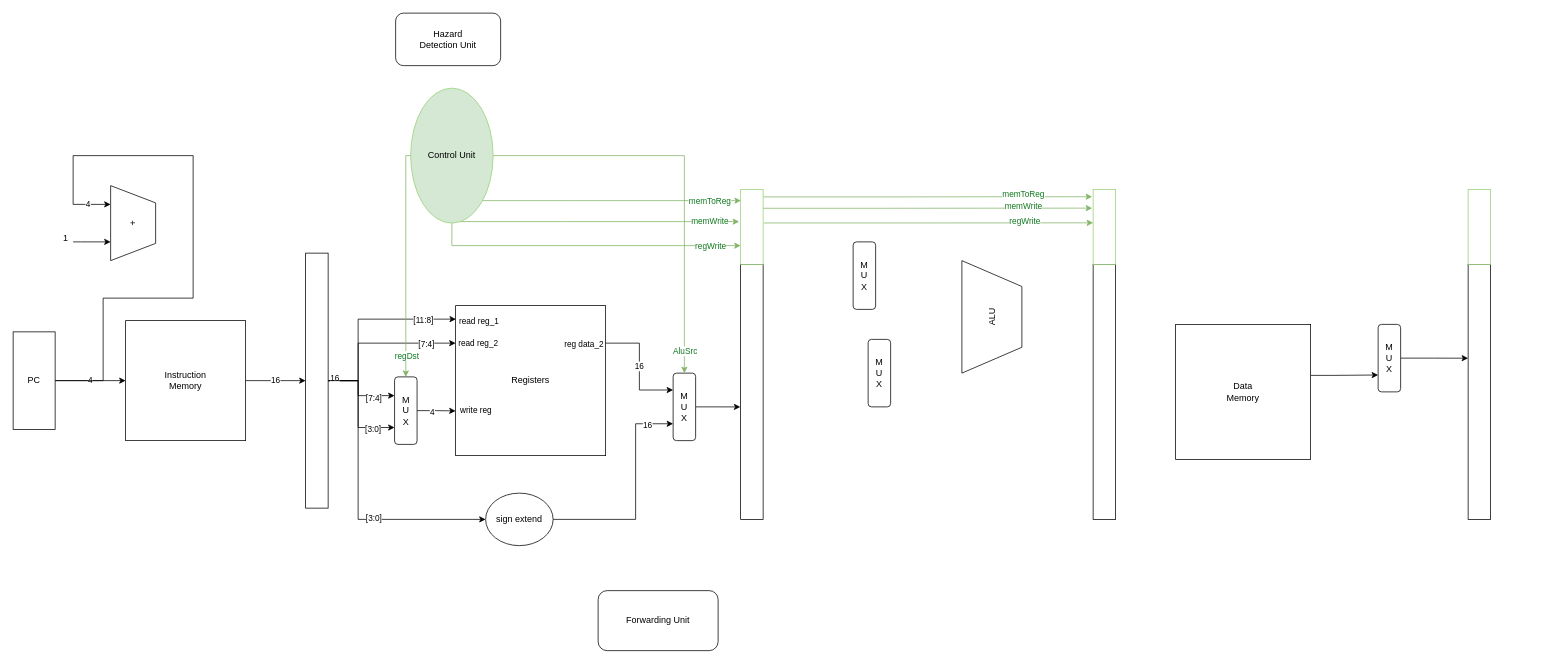
PeitingXie/COMP3211-project keeps this draw.io diagram as Untitled Diagram.drawio. Above is the earlier version. Source tidied: cells renumbered, new cells numbered last; positions are measured from the earlier drawing's top-left corner, leaving out a move shared by most shapes. Both pictures are drawn from the tidied source at 75%, with x=0, y=0 at pixel (13, 13).
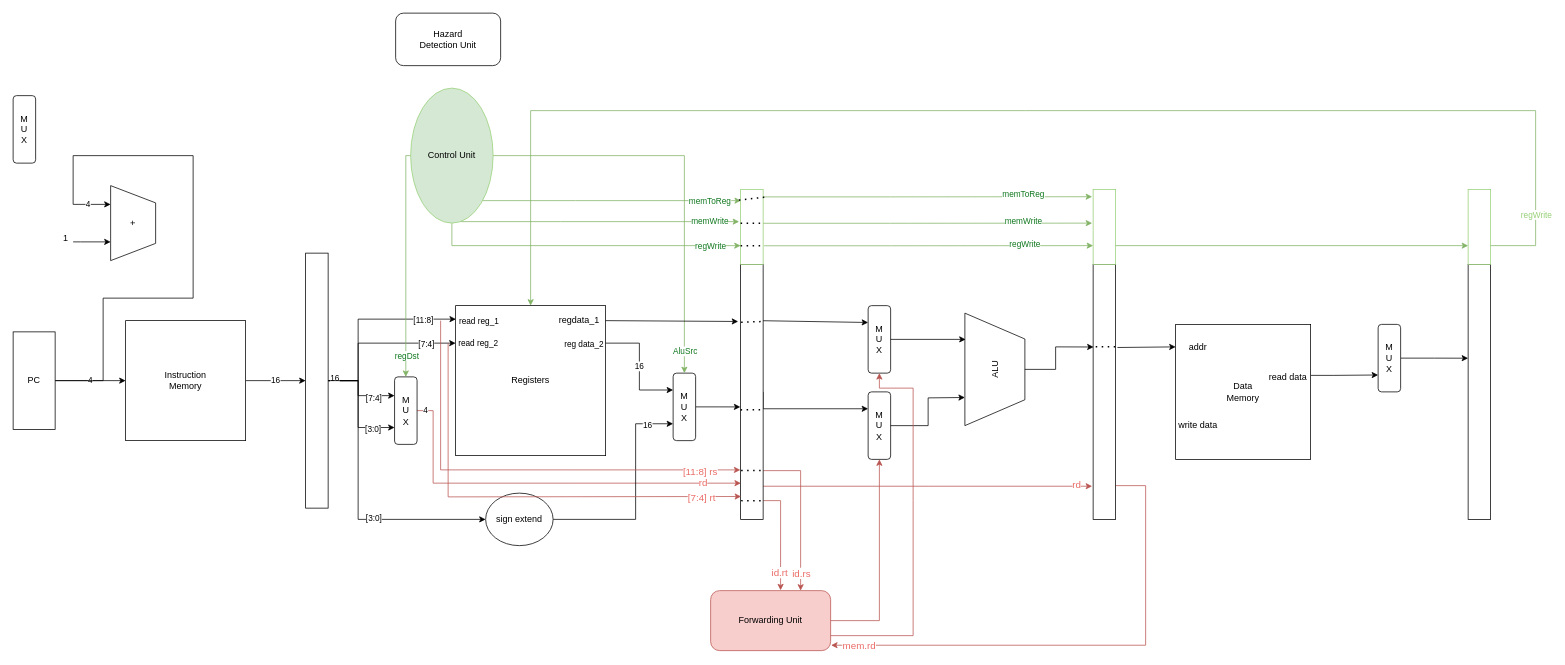
The same diagram, later.

Unchanged cells that the change refers to:
```xml
<mxCell id="2" value="Registers" style="whiteSpace=wrap;html=1;shadow=0;" parent="1" vertex="1">
  <mxGeometry x="590" y="390" width="200" height="200" as="geometry" />
</mxCell>
<mxCell id="23" style="rounded=0;whiteSpace=wrap;html=1;" parent="1" vertex="1">
  <mxGeometry x="970" y="335" width="30" height="340" as="geometry" />
</mxCell>
<mxCell id="32" style="rounded=0;whiteSpace=wrap;html=1;" parent="1" vertex="1">
  <mxGeometry x="1440" y="335" width="30" height="340" as="geometry" />
</mxCell>
<mxCell id="53" value="M&lt;br&gt;U&lt;br&gt;X" style="rounded=1;whiteSpace=wrap;html=1;" parent="1" vertex="1">
  <mxGeometry x="508.6" y="485" width="30" height="90" as="geometry" />
</mxCell>
<mxCell id="59" style="rounded=0;whiteSpace=wrap;html=1;shadow=0;fontColor=#11781F;strokeColor=#97D077;" parent="1" vertex="1">
  <mxGeometry x="970" y="235" width="30" height="100" as="geometry" />
</mxCell>
<mxCell id="60" style="rounded=0;whiteSpace=wrap;html=1;shadow=0;fontColor=#11781F;strokeColor=#97D077;" parent="1" vertex="1">
  <mxGeometry x="1440" y="235" width="30" height="100" as="geometry" />
</mxCell>
<mxCell id="65" style="rounded=0;whiteSpace=wrap;html=1;shadow=0;fontColor=#11781F;strokeColor=#97D077;" parent="1" vertex="1">
  <mxGeometry x="1940" y="235" width="30" height="100" as="geometry" />
</mxCell>
```

Diff of the diagram source:
```diff
@@
+    <mxCell id="66" style="edgeStyle=orthogonalEdgeStyle;rounded=0;jettySize=auto;html=1;exitX=1;exitY=0.5;exitDx=0;exitDy=0;entryX=0;entryY=0.25;entryDx=0;entryDy=0;" parent="1" edge="1" source="23" target="25">
+      <mxGeometry relative="1" as="geometry">
+        <Array as="points">
+          <mxPoint x="1000" y="528" />
+        </Array>
+      </mxGeometry>
+    </mxCell>
+    <mxCell id="67" style="edgeStyle=orthogonalEdgeStyle;rounded=0;jettySize=auto;html=1;entryX=0.75;entryY=0;entryDx=0;entryDy=0;fillColor=#f8cecc;strokeColor=#b85450;" parent="1" edge="1" source="23" target="38">
+      <mxGeometry relative="1" as="geometry">
+        <Array as="points">
+          <mxPoint x="1050" y="610" />
+        </Array>
+      </mxGeometry>
+    </mxCell>
+    <mxCell id="68" value="&lt;font color=&quot;#ea6b66&quot; style=&quot;font-size: 13px&quot;&gt;id.rs&lt;/font&gt;" style="edgeLabel;html=1;align=center;verticalAlign=middle;" parent="67" vertex="1">
+      <mxGeometry x="0.77" y="-3" relative="1" as="geometry">
+        <mxPoint x="3" as="offset" />
+      </mxGeometry>
+    </mxCell>
+    <mxCell id="69" style="edgeStyle=orthogonalEdgeStyle;rounded=0;jettySize=auto;html=1;entryX=0.583;entryY=-0.006;entryDx=0;entryDy=0;entryPerimeter=0;fontSize=13;fontColor=#EA6B66;fillColor=#f8cecc;strokeColor=#b85450;" parent="1" edge="1" source="23" target="38">
+      <mxGeometry relative="1" as="geometry">
+        <Array as="points">
+          <mxPoint x="1023" y="650" />
+        </Array>
+      </mxGeometry>
+    </mxCell>
+    <mxCell id="70" value="id.rt" style="edgeLabel;html=1;align=center;verticalAlign=middle;fontSize=13;fontColor=#EA6B66;" parent="69" vertex="1">
+      <mxGeometry x="0.67" y="-2" relative="1" as="geometry" />
+    </mxCell>
+    <mxCell id="71" style="edgeStyle=orthogonalEdgeStyle;rounded=0;jettySize=auto;html=1;entryX=-0.044;entryY=0.87;entryDx=0;entryDy=0;entryPerimeter=0;fontSize=13;fontColor=#EA6B66;fillColor=#f8cecc;strokeColor=#b85450;" parent="1" edge="1" source="23" target="32">
+      <mxGeometry relative="1" as="geometry">
+        <Array as="points">
+          <mxPoint x="1220" y="630" />
+        </Array>
+      </mxGeometry>
+    </mxCell>
+    <mxCell id="72" value="rd" style="edgeLabel;html=1;align=center;verticalAlign=middle;fontSize=13;fontColor=#EA6B66;" parent="71" vertex="1">
+      <mxGeometry x="0.9" y="3" relative="1" as="geometry" />
+    </mxCell>
@@
     <mxCell id="24" value="M&lt;br&gt;U&lt;br&gt;X" style="rounded=1;whiteSpace=wrap;html=1;" parent="1" vertex="1">
-      <mxGeometry x="1120" y="305" width="30" height="90" as="geometry" />
+      <mxGeometry x="1140" y="390" width="30" height="90" as="geometry" />
     </mxCell>
     <mxCell id="25" value="M&lt;br&gt;U&lt;br&gt;X" style="rounded=1;whiteSpace=wrap;html=1;" parent="1" vertex="1">
-      <mxGeometry x="1140" y="435" width="30" height="90" as="geometry" />
+      <mxGeometry x="1140" y="505" width="30" height="90" as="geometry" />
     </mxCell>
@@
     <mxCell id="31" value="ALU" style="verticalLabelPosition=middle;verticalAlign=middle;html=1;shape=trapezoid;perimeter=trapezoidPerimeter;whiteSpace=wrap;size=0.23;arcSize=10;flipV=1;labelPosition=center;align=center;rotation=-90;" parent="1" vertex="1">
-      <mxGeometry x="1230" y="365" width="150" height="80" as="geometry" />
+      <mxGeometry x="1234" y="435" width="150" height="80" as="geometry" />
     </mxCell>
+    <mxCell id="73" style="edgeStyle=orthogonalEdgeStyle;rounded=0;jettySize=auto;html=1;entryX=1.004;entryY=0.91;entryDx=0;entryDy=0;entryPerimeter=0;fontSize=13;fontColor=#EA6B66;fillColor=#f8cecc;strokeColor=#b85450;" parent="1" edge="1" source="32" target="38">
+      <mxGeometry relative="1" as="geometry">
+        <Array as="points">
+          <mxPoint x="1510" y="630" />
+          <mxPoint x="1510" y="843" />
+        </Array>
+      </mxGeometry>
+    </mxCell>
+    <mxCell id="74" value="mem.rd" style="edgeLabel;html=1;align=center;verticalAlign=middle;fontSize=13;fontColor=#EA6B66;" parent="73" vertex="1">
+      <mxGeometry x="0.89" relative="1" as="geometry" />
+    </mxCell>
@@
-    <mxCell id="38" value="Forwarding Unit" style="rounded=1;whiteSpace=wrap;html=1;" parent="1" vertex="1">
-      <mxGeometry x="780" y="770" width="160" height="80" as="geometry" />
+    <mxCell id="38" value="Forwarding Unit" style="rounded=1;whiteSpace=wrap;html=1;fillColor=#f8cecc;strokeColor=#b85450;" parent="1" vertex="1">
+      <mxGeometry x="930" y="770" width="160" height="80" as="geometry" />
     </mxCell>
@@
-    <mxCell id="51" value="write reg" style="edgeStyle=orthogonalEdgeStyle;rounded=0;jettySize=auto;html=1;entryX=0.007;entryY=0.877;entryDx=0;entryDy=0;entryPerimeter=0;" parent="1" edge="1" source="53">
+    <mxCell id="51" style="edgeStyle=orthogonalEdgeStyle;rounded=0;jettySize=auto;html=1;entryX=0.013;entryY=0.858;entryDx=0;entryDy=0;entryPerimeter=0;fillColor=#f8cecc;strokeColor=#b85450;" parent="1" edge="1" source="53" target="23">
       <mxGeometry x="1" y="29" relative="1" as="geometry">
-        <mxPoint x="590" y="530.4" as="targetPoint" />
+        <Array as="points">
+          <mxPoint x="560" y="530" />
+          <mxPoint x="560" y="627" />
+        </Array>
         <mxPoint x="28" y="28" as="offset" />
       </mxGeometry>
     </mxCell>
     <mxCell id="52" value="4" style="edgeLabel;html=1;align=center;verticalAlign=middle;" parent="51" vertex="1">
-      <mxGeometry x="-0.25" y="-1" relative="1" as="geometry" />
+      <mxGeometry x="-0.25" y="-1" relative="1" as="geometry">
+        <mxPoint x="-90" y="-98" as="offset" />
+      </mxGeometry>
     </mxCell>
+    <mxCell id="75" value="&lt;font color=&quot;#ea6b66&quot; style=&quot;font-size: 13px&quot;&gt;rd&lt;/font&gt;" style="edgeLabel;html=1;align=center;verticalAlign=middle;" parent="51" vertex="1">
+      <mxGeometry x="0.81" y="1" relative="1" as="geometry" />
+    </mxCell>
@@
+    <mxCell id="76" value="M&lt;br&gt;U&lt;br&gt;X" style="rounded=1;whiteSpace=wrap;html=1;" parent="1" vertex="1">
+      <mxGeometry y="110" width="30" height="90" as="geometry" />
+    </mxCell>
@@
+    <mxCell id="77" style="endArrow=classic;html=1;rounded=0;exitX=0.5;exitY=1;exitDx=0;exitDy=0;entryX=0.021;entryY=0.324;entryDx=0;entryDy=0;entryPerimeter=0;" parent="1" edge="1" source="31" target="32">
+      <mxGeometry relative="1" as="geometry">
+        <Array as="points">
+          <mxPoint x="1390" y="475" />
+          <mxPoint x="1390" y="445" />
+        </Array>
+      </mxGeometry>
+    </mxCell>
@@
+    <mxCell id="78" style="endArrow=classic;html=1;rounded=0;exitX=1;exitY=0.5;exitDx=0;exitDy=0;entryX=0.5;entryY=1;entryDx=0;entryDy=0;fillColor=#f8cecc;strokeColor=#b85450;" parent="1" edge="1" source="38" target="25">
+      <mxGeometry relative="1" as="geometry">
+        <Array as="points">
+          <mxPoint x="1155" y="810" />
+        </Array>
+      </mxGeometry>
+    </mxCell>
@@
+    <mxCell id="79" value="addr" style="text;html=1;strokeColor=none;fillColor=none;align=center;verticalAlign=middle;whiteSpace=wrap;rounded=0;" parent="1" vertex="1">
+      <mxGeometry x="1550" y="430" width="60" height="30" as="geometry" />
+    </mxCell>
     <mxCell id="61" style="edgeStyle=orthogonalEdgeStyle;rounded=0;orthogonalLoop=1;jettySize=auto;html=1;entryX=-0.044;entryY=0.098;entryDx=0;entryDy=0;entryPerimeter=0;fontColor=#11781F;fillColor=#d5e8d4;strokeColor=#82b366;" parent="1" edge="1">
       <mxGeometry relative="1" as="geometry">
-        <mxPoint x="1000" y="260.2" as="sourcePoint" />
-        <mxPoint x="1438.7" y="260" as="targetPoint" />
+        <mxPoint x="1000" y="280.2" as="sourcePoint" />
+        <mxPoint x="1438.7" y="280" as="targetPoint" />
         <Array as="points">
-          <mxPoint x="1170" y="260.2" />
-          <mxPoint x="1170" y="260.2" />
+          <mxPoint x="1170" y="280.2" />
+          <mxPoint x="1170" y="280.2" />
         </Array>
       </mxGeometry>
     </mxCell>
@@
+    <mxCell id="80" value="write data" style="text;html=1;strokeColor=none;fillColor=none;align=center;verticalAlign=middle;whiteSpace=wrap;rounded=0;" parent="1" vertex="1">
+      <mxGeometry x="1550" y="535" width="60" height="30" as="geometry" />
+    </mxCell>
     <mxCell id="63" style="edgeStyle=orthogonalEdgeStyle;rounded=0;orthogonalLoop=1;jettySize=auto;html=1;entryX=-0.044;entryY=0.098;entryDx=0;entryDy=0;entryPerimeter=0;fontColor=#11781F;fillColor=#d5e8d4;strokeColor=#82b366;" parent="1" edge="1">
       <mxGeometry relative="1" as="geometry">
-        <mxPoint x="1001.3" y="279.8" as="sourcePoint" />
-        <mxPoint x="1440" y="279.6" as="targetPoint" />
+        <mxPoint x="1001.3" y="310.2" as="sourcePoint" />
+        <mxPoint x="1440" y="310" as="targetPoint" />
         <Array as="points">
-          <mxPoint x="1171.3" y="279.8" />
-          <mxPoint x="1171.3" y="279.8" />
+          <mxPoint x="1171.3" y="310.2" />
+          <mxPoint x="1171.3" y="310.2" />
         </Array>
       </mxGeometry>
     </mxCell>
@@
+    <mxCell id="81" value="read data" style="text;html=1;strokeColor=none;fillColor=none;align=center;verticalAlign=middle;whiteSpace=wrap;rounded=0;" parent="1" vertex="1">
+      <mxGeometry x="1670" y="470" width="60" height="30" as="geometry" />
+    </mxCell>
@@
+    <mxCell id="82" style="endArrow=classic;html=1;rounded=0;exitX=1.081;exitY=0.326;exitDx=0;exitDy=0;exitPerimeter=0;entryX=0;entryY=0.5;entryDx=0;entryDy=0;" parent="1" edge="1" source="32" target="79">
+      <mxGeometry relative="1" as="geometry" />
+    </mxCell>
+    <mxCell id="83" style="endArrow=classic;html=1;rounded=0;fontColor=#EA6B66;entryX=-0.013;entryY=0.806;entryDx=0;entryDy=0;entryPerimeter=0;fillColor=#f8cecc;strokeColor=#b85450;" parent="1" edge="1" target="23">
+      <mxGeometry relative="1" as="geometry">
+        <mxPoint x="570" y="410" as="sourcePoint" />
+        <Array as="points">
+          <mxPoint x="570" y="609" />
+        </Array>
+      </mxGeometry>
+    </mxCell>
+    <mxCell id="84" value="[11:8] rs" style="edgeLabel;html=1;align=center;verticalAlign=middle;fontSize=13;fontColor=#EA6B66;" parent="83" vertex="1">
+      <mxGeometry x="0.82" y="-1" relative="1" as="geometry" />
+    </mxCell>
+    <mxCell id="85" style="endArrow=classic;html=1;rounded=0;exitX=1;exitY=0.5;exitDx=0;exitDy=0;" parent="1" edge="1" source="24">
+      <mxGeometry relative="1" as="geometry">
+        <mxPoint x="1270" y="435" as="targetPoint" />
+      </mxGeometry>
+    </mxCell>
+    <mxCell id="86" style="endArrow=classic;html=1;rounded=0;fontColor=#EA6B66;entryX=-0.013;entryY=0.806;entryDx=0;entryDy=0;entryPerimeter=0;fillColor=#f8cecc;strokeColor=#b85450;" parent="1" edge="1">
+      <mxGeometry relative="1" as="geometry">
+        <mxPoint x="580" y="440" as="sourcePoint" />
+        <mxPoint x="970.6" y="644.5" as="targetPoint" />
+        <Array as="points">
+          <mxPoint x="580" y="645" />
+        </Array>
+      </mxGeometry>
+    </mxCell>
+    <mxCell id="87" value="[7:4] rt" style="edgeLabel;html=1;align=center;verticalAlign=middle;fontSize=13;fontColor=#EA6B66;" parent="86" vertex="1">
+      <mxGeometry x="0.82" y="-1" relative="1" as="geometry" />
+    </mxCell>
+    <mxCell id="88" style="endArrow=classic;html=1;rounded=0;exitX=1;exitY=0.5;exitDx=0;exitDy=0;entryX=0.25;entryY=0;entryDx=0;entryDy=0;" parent="1" edge="1" source="25" target="31">
+      <mxGeometry relative="1" as="geometry">
+        <Array as="points">
+          <mxPoint x="1220" y="550" />
+          <mxPoint x="1220" y="513" />
+        </Array>
+      </mxGeometry>
+    </mxCell>
+    <mxCell id="89" style="endArrow=none;dashed=1;html=1;dashPattern=1 3;strokeWidth=2;rounded=0;entryX=1.011;entryY=0.57;entryDx=0;entryDy=0;entryPerimeter=0;" parent="1" edge="1" target="23">
+      <mxGeometry relative="1" as="geometry">
+        <mxPoint x="970" y="529" as="sourcePoint" />
+      </mxGeometry>
+    </mxCell>
+    <mxCell id="90" style="endArrow=none;dashed=1;html=1;dashPattern=1 3;strokeWidth=2;rounded=0;exitX=-0.076;exitY=0.143;exitDx=0;exitDy=0;exitPerimeter=0;entryX=1.076;entryY=0.104;entryDx=0;entryDy=0;entryPerimeter=0;" parent="1" edge="1" source="59" target="59">
+      <mxGeometry relative="1" as="geometry" />
+    </mxCell>
+    <mxCell id="91" style="endArrow=none;dashed=1;html=1;dashPattern=1 3;strokeWidth=2;rounded=0;" parent="1" edge="1">
+      <mxGeometry relative="1" as="geometry">
+        <mxPoint x="970" y="280" as="sourcePoint" />
+        <mxPoint x="1000" y="280" as="targetPoint" />
+      </mxGeometry>
+    </mxCell>
+    <mxCell id="92" style="endArrow=none;dashed=1;html=1;dashPattern=1 3;strokeWidth=2;rounded=0;exitX=0;exitY=0.75;exitDx=0;exitDy=0;entryX=1;entryY=0.75;entryDx=0;entryDy=0;" parent="1" edge="1" source="59" target="59">
+      <mxGeometry relative="1" as="geometry" />
+    </mxCell>
+    <mxCell id="93" style="endArrow=none;dashed=1;html=1;dashPattern=1 3;strokeWidth=2;rounded=0;exitX=0.982;exitY=0.323;exitDx=0;exitDy=0;exitPerimeter=0;" parent="1" edge="1" source="32">
+      <mxGeometry relative="1" as="geometry">
+        <mxPoint x="1440" y="445" as="targetPoint" />
+      </mxGeometry>
+    </mxCell>
+    <mxCell id="94" value="regdata_1" style="text;html=1;strokeColor=none;fillColor=none;align=center;verticalAlign=middle;whiteSpace=wrap;rounded=0;" parent="1" vertex="1">
+      <mxGeometry x="720" y="395" width="70" height="30" as="geometry" />
+    </mxCell>
+    <mxCell id="95" style="endArrow=classic;html=1;rounded=0;exitX=1;exitY=0.5;exitDx=0;exitDy=0;entryX=-0.109;entryY=0.224;entryDx=0;entryDy=0;entryPerimeter=0;" parent="1" edge="1" source="94" target="23">
+      <mxGeometry relative="1" as="geometry" />
+    </mxCell>
+    <mxCell id="96" style="endArrow=none;dashed=1;html=1;dashPattern=1 3;strokeWidth=2;rounded=0;exitX=0.023;exitY=0.227;exitDx=0;exitDy=0;exitPerimeter=0;entryX=1.011;entryY=0.224;entryDx=0;entryDy=0;entryPerimeter=0;" parent="1" edge="1" source="23" target="23">
+      <mxGeometry relative="1" as="geometry" />
+    </mxCell>
+    <mxCell id="97" style="endArrow=classic;html=1;rounded=0;exitX=1;exitY=0.221;exitDx=0;exitDy=0;exitPerimeter=0;entryX=0;entryY=0.25;entryDx=0;entryDy=0;" parent="1" edge="1" source="23" target="24">
+      <mxGeometry relative="1" as="geometry" />
+    </mxCell>
+    <mxCell id="98" style="endArrow=classic;html=1;rounded=0;exitX=1;exitY=0.75;exitDx=0;exitDy=0;entryX=0.5;entryY=1;entryDx=0;entryDy=0;fillColor=#f8cecc;strokeColor=#b85450;" parent="1" edge="1" source="38" target="24">
+      <mxGeometry relative="1" as="geometry">
+        <Array as="points">
+          <mxPoint x="1200" y="830" />
+          <mxPoint x="1200" y="650" />
+          <mxPoint x="1200" y="500" />
+          <mxPoint x="1155" y="500" />
+        </Array>
+      </mxGeometry>
+    </mxCell>
+    <mxCell id="99" style="endArrow=none;dashed=1;html=1;dashPattern=1 3;strokeWidth=2;rounded=0;exitX=0.023;exitY=0.808;exitDx=0;exitDy=0;exitPerimeter=0;" parent="1" edge="1" source="23">
+      <mxGeometry relative="1" as="geometry">
+        <mxPoint x="1000" y="610" as="targetPoint" />
+      </mxGeometry>
+    </mxCell>
+    <mxCell id="100" style="endArrow=none;dashed=1;html=1;dashPattern=1 3;strokeWidth=2;rounded=0;exitX=0.023;exitY=0.808;exitDx=0;exitDy=0;exitPerimeter=0;" parent="1" edge="1">
+      <mxGeometry relative="1" as="geometry">
+        <mxPoint x="970.7" y="650" as="sourcePoint" />
+        <mxPoint x="1000" y="650.3" as="targetPoint" />
+      </mxGeometry>
+    </mxCell>
+    <mxCell id="101" style="endArrow=classic;html=1;rounded=0;strokeColor=#82b366;exitX=1;exitY=0.75;exitDx=0;exitDy=0;entryX=0.5;entryY=0;entryDx=0;entryDy=0;fillColor=#d5e8d4;" parent="1" edge="1" source="65" target="2">
+      <mxGeometry relative="1" as="geometry">
+        <Array as="points">
+          <mxPoint x="2030" y="310" />
+          <mxPoint x="2030" y="130" />
+          <mxPoint x="1350" y="130" />
+          <mxPoint x="690" y="130" />
+        </Array>
+      </mxGeometry>
+    </mxCell>
+    <mxCell id="102" value="regWrite" style="edgeLabel;html=1;align=center;verticalAlign=middle;fontColor=#97D077;" parent="101" vertex="1">
+      <mxGeometry x="-0.91" y="1" relative="1" as="geometry">
+        <mxPoint x="1" y="-19" as="offset" />
+      </mxGeometry>
+    </mxCell>
+    <mxCell id="103" style="endArrow=classic;html=1;rounded=0;fontColor=#97D077;strokeColor=#82b366;exitX=1;exitY=0.75;exitDx=0;exitDy=0;entryX=0;entryY=0.75;entryDx=0;entryDy=0;fillColor=#d5e8d4;" parent="1" edge="1" source="60" target="65">
+      <mxGeometry relative="1" as="geometry" />
+    </mxCell>
```
